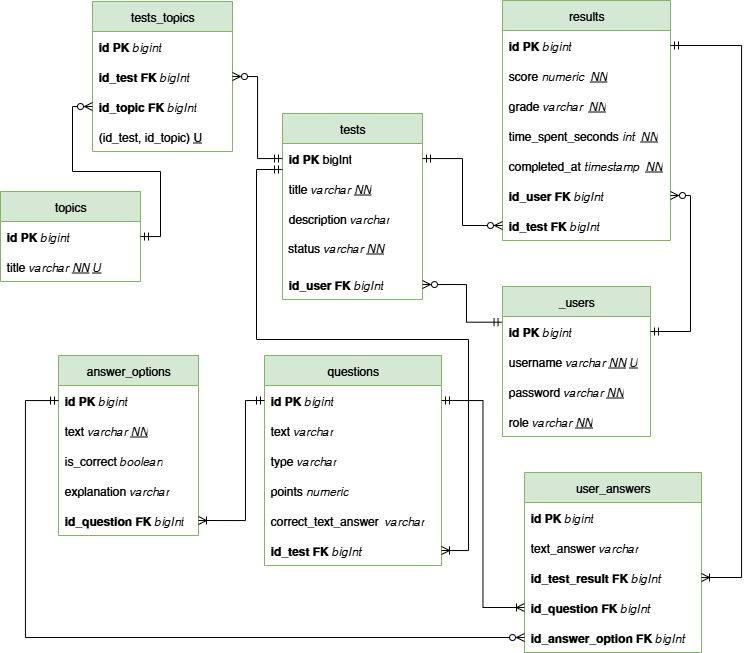
viktorgezz/NauJava keeps this draw.io diagram as bd_tests.png. Above is the earlier version. Source tidied: cells renumbered, new cells last; positions are measured from the earlier drawing's top-left corner, leaving out a move shared by most shapes.
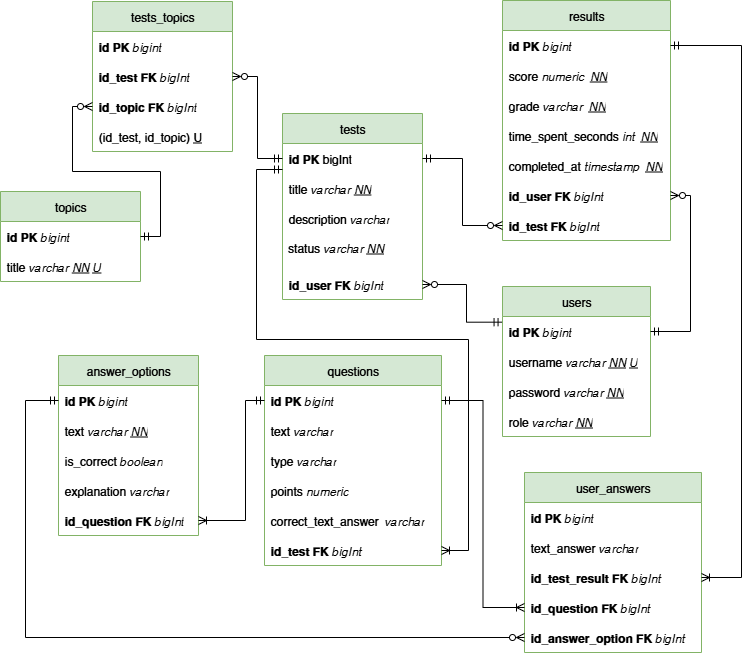
After the commit.

The edit, as a diff of the source:
```diff
@@ -41,7 +41,7 @@
     <mxCell id="14" value="&lt;b&gt;id_test&lt;/b&gt;&lt;span&gt;&lt;b&gt;&amp;nbsp;FK&lt;/b&gt;&amp;nbsp;&lt;/span&gt;&lt;i&gt;bigInt&amp;nbsp;&lt;/i&gt;" style="text;strokeColor=none;fillColor=none;align=left;verticalAlign=middle;spacingLeft=4;spacingRight=4;overflow=hidden;points=[[0,0.5],[1,0.5]];portConstraint=eastwest;whiteSpace=wrap;html=1;" parent="8" vertex="1">
       <mxGeometry y="180" width="177" height="30" as="geometry" />
     </mxCell>
-    <mxCell id="15" value="&lt;span&gt;_users&lt;/span&gt;" style="swimlane;fontStyle=0;horizontal=1;startSize=30;whiteSpace=wrap;html=1;fillColor=#d5e8d4;strokeColor=#82b366;" parent="1" vertex="1">
+    <mxCell id="15" value="&lt;span&gt;users&lt;/span&gt;" style="swimlane;fontStyle=0;horizontal=1;startSize=30;whiteSpace=wrap;html=1;fillColor=#d5e8d4;strokeColor=#82b366;" parent="1" vertex="1">
       <mxGeometry x="502" y="286" width="148" height="150" as="geometry" />
     </mxCell>
     <mxCell id="16" value="&lt;b&gt;id PK&lt;/b&gt;&amp;nbsp;&lt;i&gt;bigint&lt;/i&gt;" style="text;strokeColor=none;fillColor=none;align=left;verticalAlign=middle;spacingLeft=4;spacingRight=4;overflow=hidden;points=[[0,0.5],[1,0.5]];portConstraint=eastwest;whiteSpace=wrap;html=1;" parent="15" vertex="1">
```
